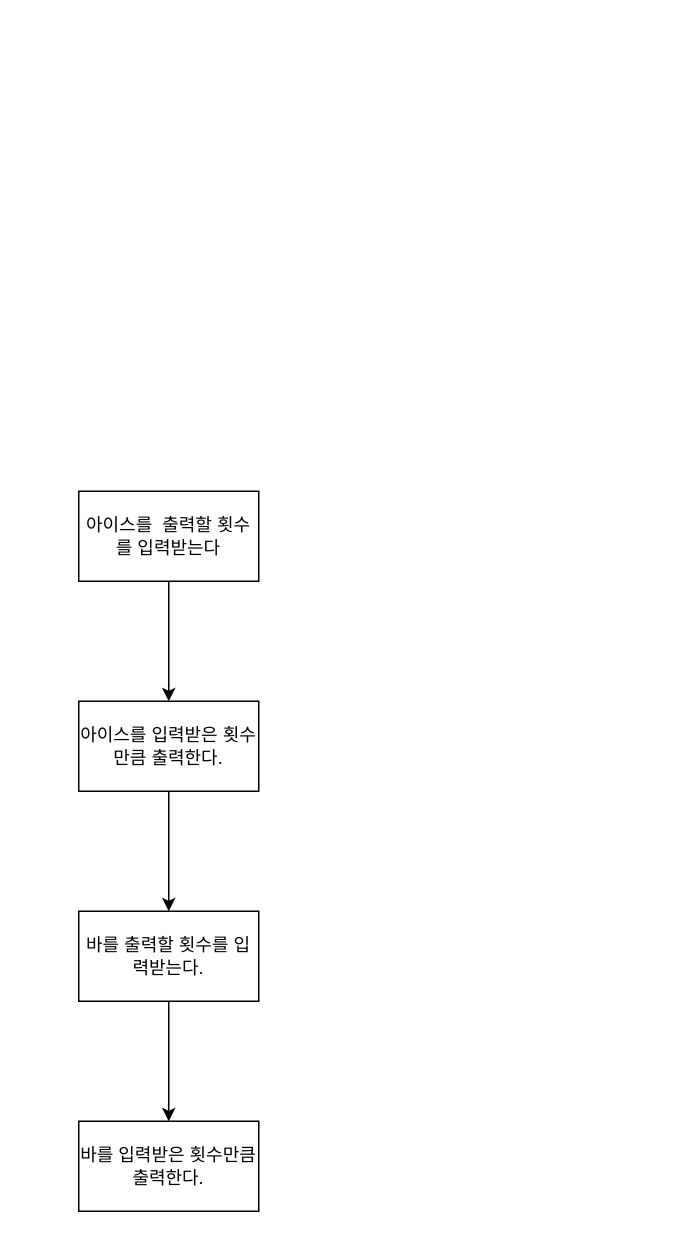
yagom-academy/swift-starter-Round1 keeps this draw.io diagram as 1주차step2.drawio. Above is the earlier version. Source tidied: cells renumbered, new cells numbered last; positions are measured from the earlier drawing's top-left corner, leaving out a move shared by most shapes. Both pictures are drawn from the tidied source at 150%, with x=0, y=0 at pixel (78, 490).
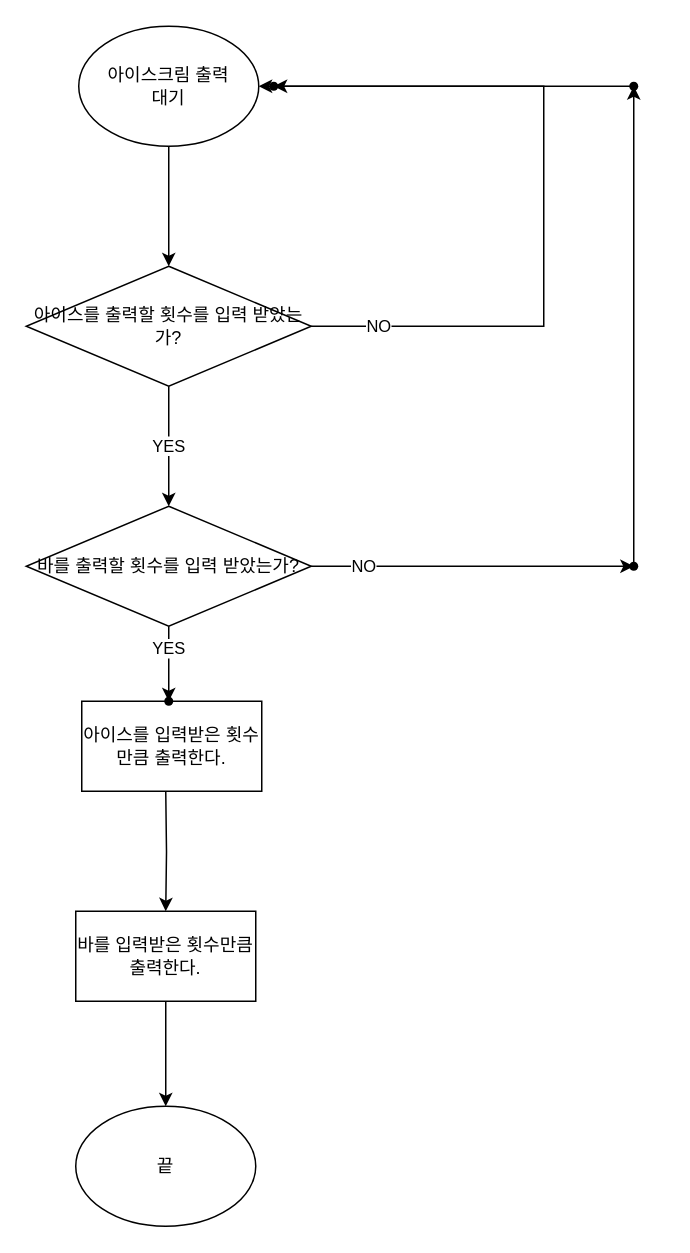
The same diagram, later.

Commit message:
순서도를 수정하여 올렸습니다.

The edit, as a diff of the source:
```diff
@@
-    <mxCell id="2" style="edgeStyle=orthogonalEdgeStyle;rounded=0;jettySize=auto;html=1;" parent="1" edge="1" source="3" target="5">
-      <mxGeometry relative="1" as="geometry" />
-    </mxCell>
-    <mxCell id="3" value="아이스를&amp;nbsp; 출력할 횟수를 입력받는다" style="rounded=0;whiteSpace=wrap;html=1;" parent="1" vertex="1">
-      <mxGeometry width="120" height="60" as="geometry" />
-    </mxCell>
-    <mxCell id="4" style="edgeStyle=orthogonalEdgeStyle;rounded=0;jettySize=auto;html=1;" parent="1" edge="1" source="5" target="7">
-      <mxGeometry relative="1" as="geometry" />
-    </mxCell>
     <mxCell id="5" value="아이스를 입력받은 횟수만큼 출력한다." style="rounded=0;whiteSpace=wrap;html=1;" parent="1" vertex="1">
-      <mxGeometry y="140" width="120" height="60" as="geometry" />
+      <mxGeometry x="2" y="140" width="120" height="60" as="geometry" />
     </mxCell>
-    <mxCell id="6" style="edgeStyle=orthogonalEdgeStyle;rounded=0;jettySize=auto;html=1;" parent="1" edge="1" source="7" target="8">
-      <mxGeometry relative="1" as="geometry" />
+    <mxCell id="6" style="edgeStyle=orthogonalEdgeStyle;rounded=0;jettySize=auto;html=1;" parent="1" edge="1" target="8">
+      <mxGeometry relative="1" as="geometry">
+        <mxPoint x="58" y="200" as="sourcePoint" />
+      </mxGeometry>
     </mxCell>
-    <mxCell id="7" value="바를 출력할 횟수를 입력받는다." style="rounded=0;whiteSpace=wrap;html=1;" parent="1" vertex="1">
-      <mxGeometry y="280" width="120" height="60" as="geometry" />
-    </mxCell>
+    <mxCell id="9" style="edgeStyle=orthogonalEdgeStyle;rounded=0;jettySize=auto;html=1;" parent="1" edge="1" source="8" target="24">
+      <mxGeometry relative="1" as="geometry" />
+    </mxCell>
     <mxCell id="8" value="바를 입력받은 횟수만큼 출력한다." style="rounded=0;whiteSpace=wrap;html=1;" parent="1" vertex="1">
-      <mxGeometry y="420" width="120" height="60" as="geometry" />
+      <mxGeometry x="-2" y="280" width="120" height="60" as="geometry" />
     </mxCell>
+    <mxCell id="10" style="edgeStyle=orthogonalEdgeStyle;rounded=0;jettySize=auto;html=1;entryX=0.5;entryY=0;entryDx=0;entryDy=0;" parent="1" edge="1" source="11" target="14">
+      <mxGeometry relative="1" as="geometry" />
+    </mxCell>
+    <mxCell id="11" value="아이스크림 출력&lt;br&gt;대기" style="ellipse;whiteSpace=wrap;html=1;" parent="1" vertex="1">
+      <mxGeometry y="-310" width="120" height="80" as="geometry" />
+    </mxCell>
+    <mxCell id="12" value="NO" style="edgeStyle=orthogonalEdgeStyle;rounded=0;jettySize=auto;html=1;entryX=1;entryY=0.5;entryDx=0;entryDy=0;" parent="1" edge="1" source="14" target="11">
+      <mxGeometry x="-0.82" relative="1" as="geometry">
+        <Array as="points">
+          <mxPoint x="310" y="-110" />
+          <mxPoint x="310" y="-270" />
+        </Array>
+      </mxGeometry>
+    </mxCell>
+    <mxCell id="13" value="YES" style="edgeStyle=orthogonalEdgeStyle;rounded=0;jettySize=auto;html=1;" parent="1" edge="1" source="14" target="17">
+      <mxGeometry relative="1" as="geometry" />
+    </mxCell>
+    <mxCell id="14" value="아이스를 출력할 횟수를 입력 받았는가?" style="rhombus;whiteSpace=wrap;html=1;" parent="1" vertex="1">
+      <mxGeometry x="-35" y="-150" width="190" height="80" as="geometry" />
+    </mxCell>
+    <mxCell id="15" value="NO" style="edgeStyle=orthogonalEdgeStyle;rounded=0;jettySize=auto;html=1;" parent="1" edge="1" source="17" target="19">
+      <mxGeometry x="-0.67" relative="1" as="geometry" />
+    </mxCell>
+    <mxCell id="16" value="YES" style="edgeStyle=orthogonalEdgeStyle;rounded=0;jettySize=auto;html=1;" parent="1" edge="1" source="17" target="23">
+      <mxGeometry relative="1" as="geometry" />
+    </mxCell>
+    <mxCell id="17" value="바를 출력할 횟수를 입력 받았는가?" style="rhombus;whiteSpace=wrap;html=1;" parent="1" vertex="1">
+      <mxGeometry x="-35" y="10" width="190" height="80" as="geometry" />
+    </mxCell>
+    <mxCell id="18" style="edgeStyle=orthogonalEdgeStyle;rounded=0;jettySize=auto;html=1;" parent="1" edge="1" source="19" target="21">
+      <mxGeometry relative="1" as="geometry" />
+    </mxCell>
+    <mxCell id="19" style="shape=waypoint;sketch=0;size=6;points=[];fillColor=default;perimeter=centerPerimeter;snapToPoint=1;" parent="1" vertex="1">
+      <mxGeometry x="350" y="30" width="40" height="40" as="geometry" />
+    </mxCell>
+    <mxCell id="20" style="edgeStyle=orthogonalEdgeStyle;rounded=0;jettySize=auto;html=1;" parent="1" edge="1" source="21" target="22">
+      <mxGeometry relative="1" as="geometry" />
+    </mxCell>
+    <mxCell id="21" style="shape=waypoint;sketch=0;size=6;points=[];fillColor=default;perimeter=centerPerimeter;snapToPoint=1;" parent="1" vertex="1">
+      <mxGeometry x="350" y="-290" width="40" height="40" as="geometry" />
+    </mxCell>
+    <mxCell id="22" style="shape=waypoint;sketch=0;size=6;points=[];fillColor=default;perimeter=centerPerimeter;snapToPoint=1;" parent="1" vertex="1">
+      <mxGeometry x="110" y="-290" width="40" height="40" as="geometry" />
+    </mxCell>
+    <mxCell id="23" style="shape=waypoint;sketch=0;size=6;points=[];fillColor=default;perimeter=centerPerimeter;snapToPoint=1;" parent="1" vertex="1">
+      <mxGeometry x="40" y="120" width="40" height="40" as="geometry" />
+    </mxCell>
+    <mxCell id="24" value="끝" style="ellipse;whiteSpace=wrap;html=1;" parent="1" vertex="1">
+      <mxGeometry x="-2" y="410" width="120" height="80" as="geometry" />
+    </mxCell>
```
